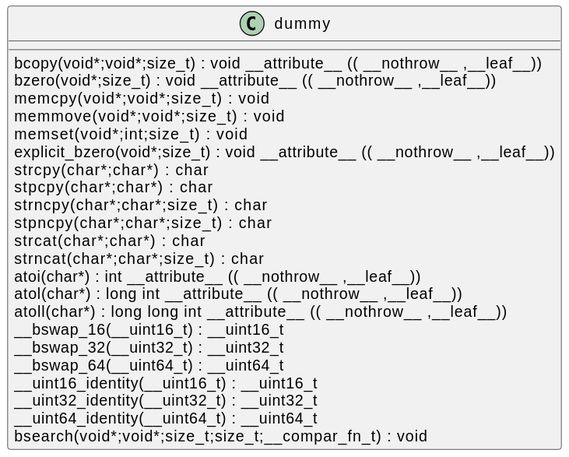
This is docs/qc/ssl/statem/extensions.c.svg from qualitesys/openssl, a PlantUML export, as it was before one commit.
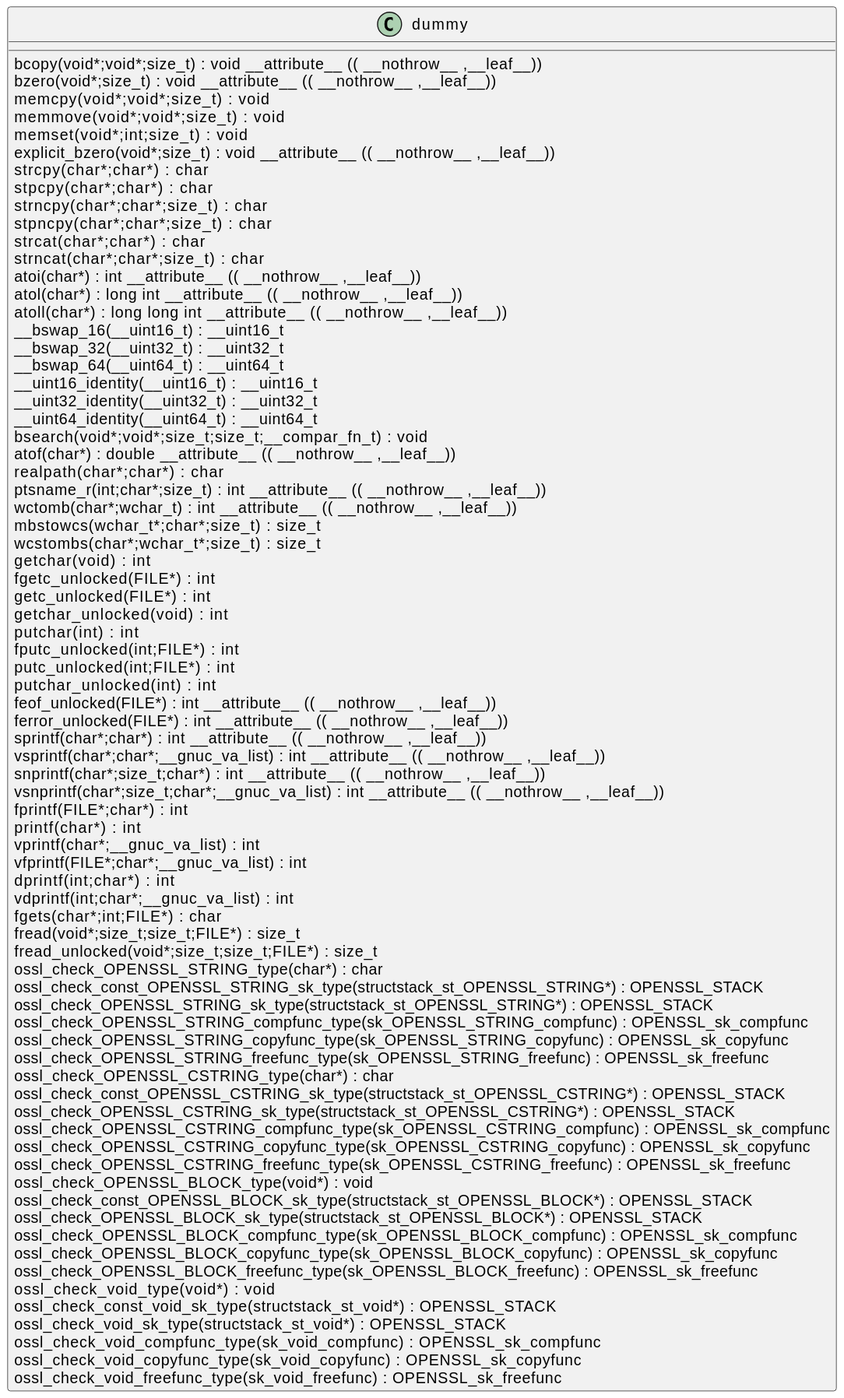
The same diagram one commit later.

Diff of the diagram source:
```diff
@@ -23,5 +23,58 @@
 __uint32_identity(__uint32_t) : __uint32_t [[[./../../.././qc/ssl/statem/extensions.c.html#925]]]
 __uint64_identity(__uint64_t) : __uint64_t [[[./../../.././qc/ssl/statem/extensions.c.html#931]]]
 bsearch(void*;void*;size_t;size_t;__compar_fn_t) :  void  [[[./../../.././qc/ssl/statem/extensions.c.html#1599]]]
+atof(char*) :  double  __attribute__ (( __nothrow__ ,__leaf__)) [[[./../../.././qc/ssl/statem/extensions.c.html#1]]]
+realpath(char*;char*) :  char  [[[./../../.././qc/ssl/statem/extensions.c.html#1]]]
+ptsname_r(int;char*;size_t) :  int  __attribute__ (( __nothrow__ ,__leaf__)) [[[./../../.././qc/ssl/statem/extensions.c.html#1]]]
+wctomb(char*;wchar_t) :  int  __attribute__ (( __nothrow__ ,__leaf__)) [[[./../../.././qc/ssl/statem/extensions.c.html#1]]]
+mbstowcs(wchar_t*;char*;size_t) : size_t [[[./../../.././qc/ssl/statem/extensions.c.html#1]]]
+wcstombs(char*;wchar_t*;size_t) : size_t [[[./../../.././qc/ssl/statem/extensions.c.html#1]]]
+getchar(void) :  int  [[[./../../.././qc/ssl/statem/extensions.c.html#1]]]
+fgetc_unlocked(FILE*) :  int  [[[./../../.././qc/ssl/statem/extensions.c.html#1]]]
+getc_unlocked(FILE*) :  int  [[[./../../.././qc/ssl/statem/extensions.c.html#1]]]
+getchar_unlocked(void) :  int  [[[./../../.././qc/ssl/statem/extensions.c.html#1]]]
+putchar(int) :  int  [[[./../../.././qc/ssl/statem/extensions.c.html#1]]]
+fputc_unlocked(int;FILE*) :  int  [[[./../../.././qc/ssl/statem/extensions.c.html#1]]]
+putc_unlocked(int;FILE*) :  int  [[[./../../.././qc/ssl/statem/extensions.c.html#1]]]
+putchar_unlocked(int) :  int  [[[./../../.././qc/ssl/statem/extensions.c.html#1]]]
+feof_unlocked(FILE*) :  int  __attribute__ (( __nothrow__ ,__leaf__)) [[[./../../.././qc/ssl/statem/extensions.c.html#1]]]
+ferror_unlocked(FILE*) :  int  __attribute__ (( __nothrow__ ,__leaf__)) [[[./../../.././qc/ssl/statem/extensions.c.html#1]]]
+sprintf(char*;char*) :  int  __attribute__ (( __nothrow__ ,__leaf__)) [[[./../../.././qc/ssl/statem/extensions.c.html#1]]]
+vsprintf(char*;char*;__gnuc_va_list) :  int  __attribute__ (( __nothrow__ ,__leaf__)) [[[./../../.././qc/ssl/statem/extensions.c.html#1]]]
+snprintf(char*;size_t;char*) :  int  __attribute__ (( __nothrow__ ,__leaf__)) [[[./../../.././qc/ssl/statem/extensions.c.html#1]]]
+vsnprintf(char*;size_t;char*;__gnuc_va_list) :  int  __attribute__ (( __nothrow__ ,__leaf__)) [[[./../../.././qc/ssl/statem/extensions.c.html#1]]]
+fprintf(FILE*;char*) :  int  [[[./../../.././qc/ssl/statem/extensions.c.html#1]]]
+printf(char*) :  int  [[[./../../.././qc/ssl/statem/extensions.c.html#1]]]
+vprintf(char*;__gnuc_va_list) :  int  [[[./../../.././qc/ssl/statem/extensions.c.html#1]]]
+vfprintf(FILE*;char*;__gnuc_va_list) :  int  [[[./../../.././qc/ssl/statem/extensions.c.html#1]]]
+dprintf(int;char*) :  int  [[[./../../.././qc/ssl/statem/extensions.c.html#1]]]
+vdprintf(int;char*;__gnuc_va_list) :  int  [[[./../../.././qc/ssl/statem/extensions.c.html#1]]]
+fgets(char*;int;FILE*) :  char  [[[./../../.././qc/ssl/statem/extensions.c.html#1]]]
+fread(void*;size_t;size_t;FILE*) : size_t [[[./../../.././qc/ssl/statem/extensions.c.html#1]]]
+fread_unlocked(void*;size_t;size_t;FILE*) : size_t [[[./../../.././qc/ssl/statem/extensions.c.html#1]]]
+ossl_check_OPENSSL_STRING_type(char*) :  char  [[[./../../.././qc/ssl/statem/extensions.c.html#1]]]
+ossl_check_const_OPENSSL_STRING_sk_type(structstack_st_OPENSSL_STRING*) : OPENSSL_STACK [[[./../../.././qc/ssl/statem/extensions.c.html#1]]]
+ossl_check_OPENSSL_STRING_sk_type(structstack_st_OPENSSL_STRING*) : OPENSSL_STACK [[[./../../.././qc/ssl/statem/extensions.c.html#1]]]
+ossl_check_OPENSSL_STRING_compfunc_type(sk_OPENSSL_STRING_compfunc) : OPENSSL_sk_compfunc [[[./../../.././qc/ssl/statem/extensions.c.html#1]]]
+ossl_check_OPENSSL_STRING_copyfunc_type(sk_OPENSSL_STRING_copyfunc) : OPENSSL_sk_copyfunc [[[./../../.././qc/ssl/statem/extensions.c.html#1]]]
+ossl_check_OPENSSL_STRING_freefunc_type(sk_OPENSSL_STRING_freefunc) : OPENSSL_sk_freefunc [[[./../../.././qc/ssl/statem/extensions.c.html#1]]]
+ossl_check_OPENSSL_CSTRING_type(char*) :  char  [[[./../../.././qc/ssl/statem/extensions.c.html#1]]]
+ossl_check_const_OPENSSL_CSTRING_sk_type(structstack_st_OPENSSL_CSTRING*) : OPENSSL_STACK [[[./../../.././qc/ssl/statem/extensions.c.html#1]]]
+ossl_check_OPENSSL_CSTRING_sk_type(structstack_st_OPENSSL_CSTRING*) : OPENSSL_STACK [[[./../../.././qc/ssl/statem/extensions.c.html#1]]]
+ossl_check_OPENSSL_CSTRING_compfunc_type(sk_OPENSSL_CSTRING_compfunc) : OPENSSL_sk_compfunc [[[./../../.././qc/ssl/statem/extensions.c.html#1]]]
+ossl_check_OPENSSL_CSTRING_copyfunc_type(sk_OPENSSL_CSTRING_copyfunc) : OPENSSL_sk_copyfunc [[[./../../.././qc/ssl/statem/extensions.c.html#1]]]
+ossl_check_OPENSSL_CSTRING_freefunc_type(sk_OPENSSL_CSTRING_freefunc) : OPENSSL_sk_freefunc [[[./../../.././qc/ssl/statem/extensions.c.html#1]]]
+ossl_check_OPENSSL_BLOCK_type(void*) :  void  [[[./../../.././qc/ssl/statem/extensions.c.html#1]]]
+ossl_check_const_OPENSSL_BLOCK_sk_type(structstack_st_OPENSSL_BLOCK*) : OPENSSL_STACK [[[./../../.././qc/ssl/statem/extensions.c.html#1]]]
+ossl_check_OPENSSL_BLOCK_sk_type(structstack_st_OPENSSL_BLOCK*) : OPENSSL_STACK [[[./../../.././qc/ssl/statem/extensions.c.html#1]]]
+ossl_check_OPENSSL_BLOCK_compfunc_type(sk_OPENSSL_BLOCK_compfunc) : OPENSSL_sk_compfunc [[[./../../.././qc/ssl/statem/extensions.c.html#1]]]
+ossl_check_OPENSSL_BLOCK_copyfunc_type(sk_OPENSSL_BLOCK_copyfunc) : OPENSSL_sk_copyfunc [[[./../../.././qc/ssl/statem/extensions.c.html#1]]]
+ossl_check_OPENSSL_BLOCK_freefunc_type(sk_OPENSSL_BLOCK_freefunc) : OPENSSL_sk_freefunc [[[./../../.././qc/ssl/statem/extensions.c.html#1]]]
+ossl_check_void_type(void*) :  void  [[[./../../.././qc/ssl/statem/extensions.c.html#1]]]
+ossl_check_const_void_sk_type(structstack_st_void*) : OPENSSL_STACK [[[./../../.././qc/ssl/statem/extensions.c.html#1]]]
+ossl_check_void_sk_type(structstack_st_void*) : OPENSSL_STACK [[[./../../.././qc/ssl/statem/extensions.c.html#1]]]
+ossl_check_void_compfunc_type(sk_void_compfunc) : OPENSSL_sk_compfunc [[[./../../.././qc/ssl/statem/extensions.c.html#1]]]
+ossl_check_void_copyfunc_type(sk_void_copyfunc) : OPENSSL_sk_copyfunc [[[./../../.././qc/ssl/statem/extensions.c.html#1]]]
+ossl_check_void_freefunc_type(sk_void_freefunc) : OPENSSL_sk_freefunc [[[./../../.././qc/ssl/statem/extensions.c.html#1]]]
 }
 @enduml
```
